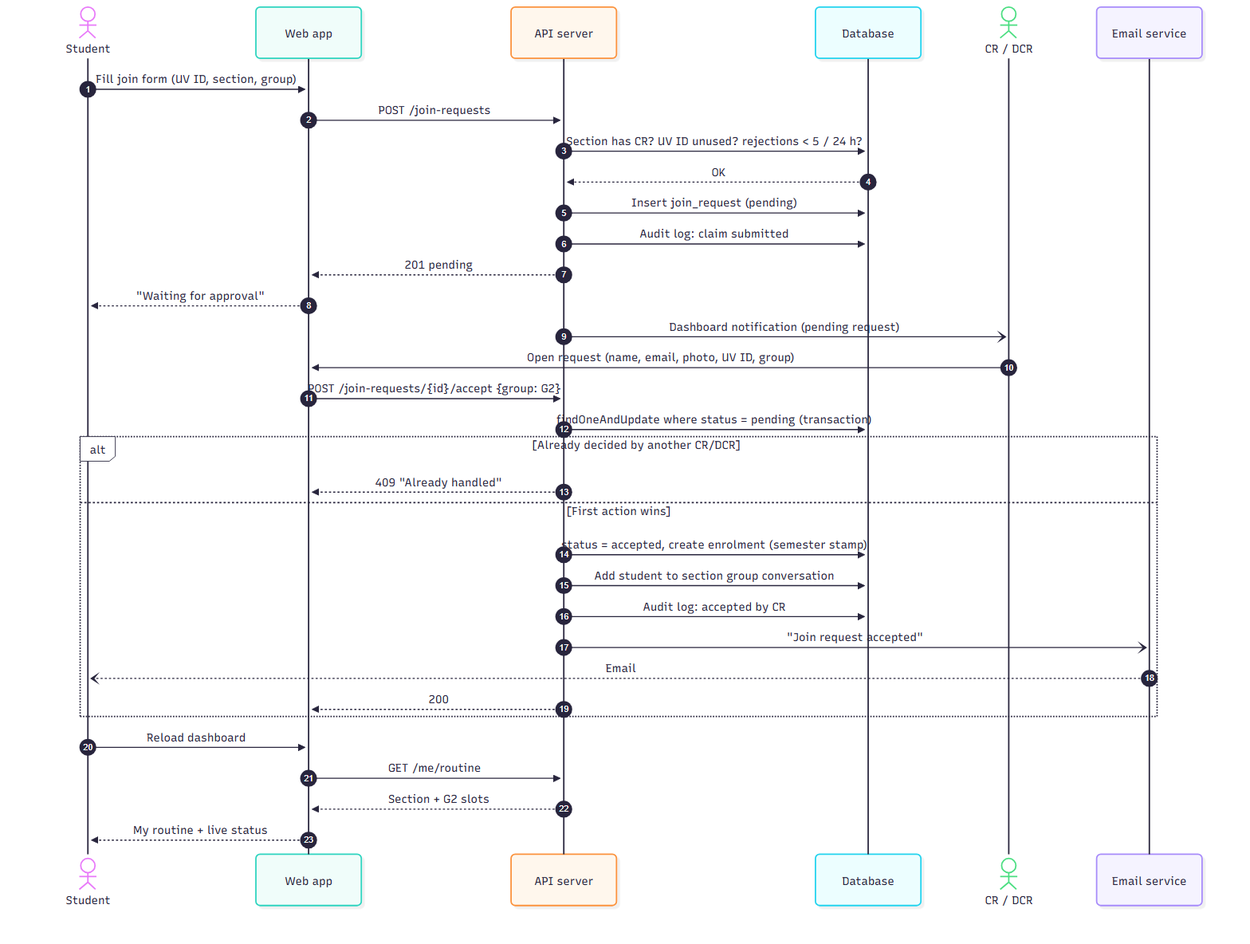
The Mermaid diagram DOCUMENTS/png/15-seq-join-request.png in chinmoy567/Class-and-Routin-Management-Web-App, before a commit. Its source is kept beside it as DOCUMENTS/src/15-seq-join-request.mmd.
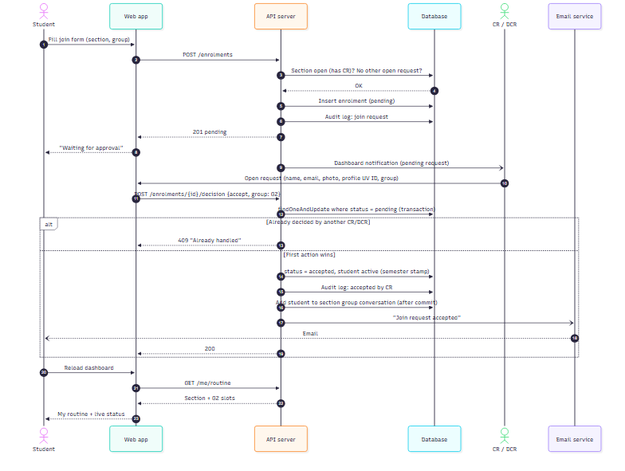
After the change.

Diff of the diagram source:
```diff
@@ -7,24 +7,24 @@
   actor CR as CR / DCR
   participant Mail as Email service
 
-  St->>UI: Fill join form (UV ID, section, group)
-  UI->>API: POST /join-requests
-  API->>DB: Section has CR? UV ID unused? rejections < 5 / 24 h?
+  St->>UI: Fill join form (section, group)
+  UI->>API: POST /enrolments
+  API->>DB: Section open (has CR)? No other open request?
   DB-->>API: OK
-  API->>DB: Insert join_request (pending)
-  API->>DB: Audit log: claim submitted
+  API->>DB: Insert enrolment (pending)
+  API->>DB: Audit log: join request
   API-->>UI: 201 pending
   UI-->>St: "Waiting for approval"
   API-)CR: Dashboard notification (pending request)
-  CR->>UI: Open request (name, email, photo, UV ID, group)
-  UI->>API: POST /join-requests/{id}/accept {group: G2}
+  CR->>UI: Open request (name, email, photo, profile UV ID, group)
+  UI->>API: POST /enrolments/{id}/decision {accept, group: G2}
   API->>DB: findOneAndUpdate where status = pending (transaction)
   alt Already decided by another CR/DCR
     API-->>UI: 409 "Already handled"
   else First action wins
-    API->>DB: status = accepted, create enrolment (semester stamp)
-    API->>DB: Add student to section group conversation
+    API->>DB: status = accepted, student active (semester stamp)
     API->>DB: Audit log: accepted by CR
+    API->>DB: Add student to section group conversation (after commit)
     API-)Mail: "Join request accepted"
     Mail--)St: Email
     API-->>UI: 200
```
